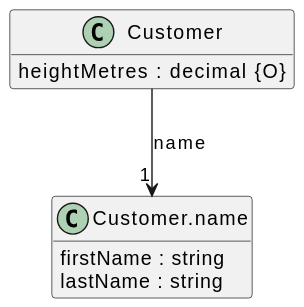
Earlier version of the PlantUML export src/docs/tests/anon-property-required.puml.svg (davidmoten/openapi-to-plantuml).
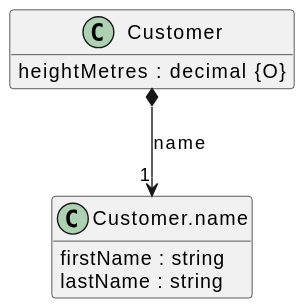
Later version of the same file.

The edit, as a diff of the source:
```diff
@@ -15,6 +15,5 @@
   {field} heightMetres : decimal {O}
 }
 
-"Customer" --> "1" "Customer.name"  :  "name"
-
+"Customer" *--> "1" "Customer.name"  :  "name"
 @enduml
```
